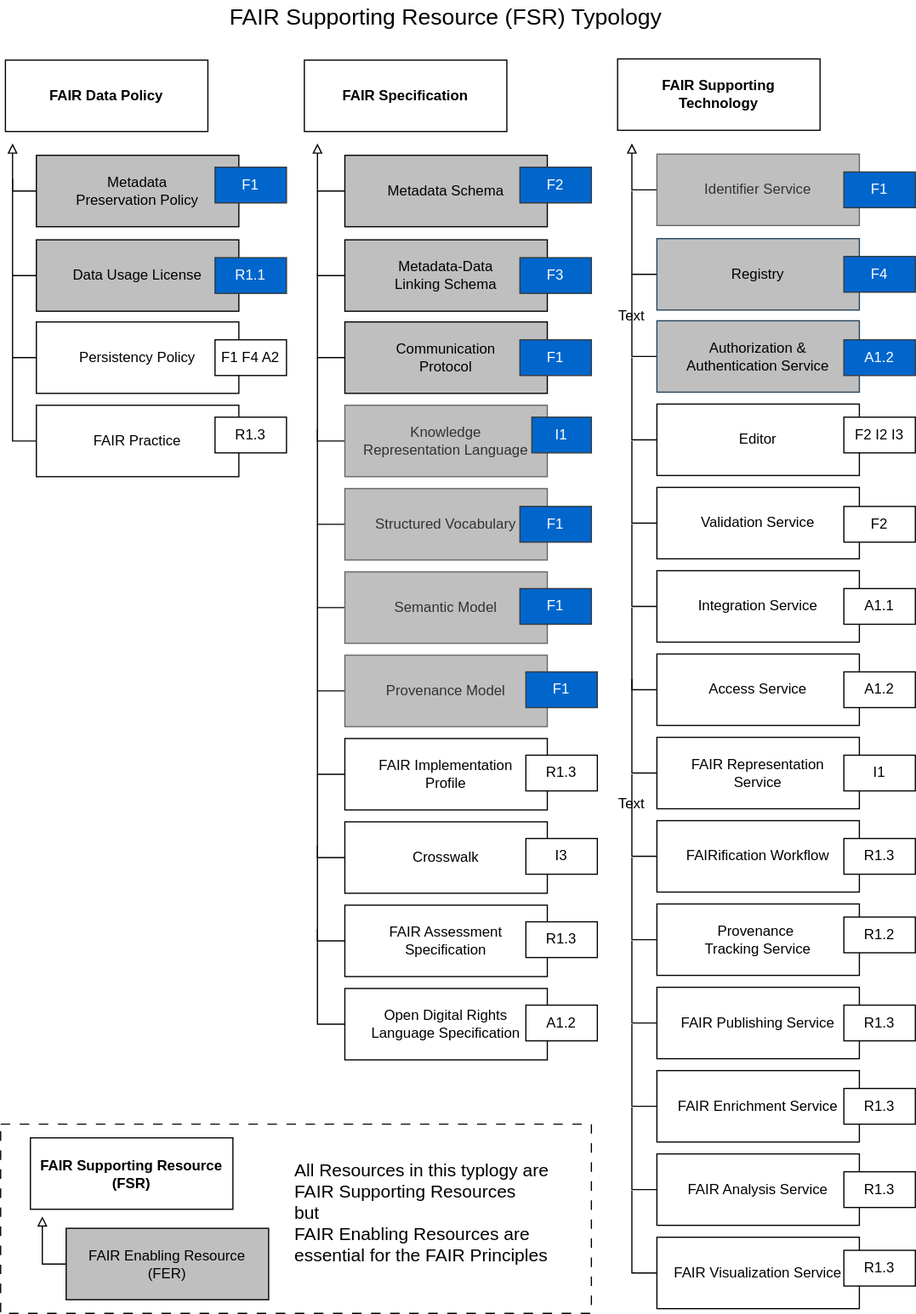
Earlier version of the draw.io export doc/fip/sections/fsr-typology-diagram.svg (peta-pico/FAIR-nanopubs). Source tidied: cells renumbered, new cells last; positions are measured from the earlier drawing's top-left corner, leaving out a move shared by most shapes.
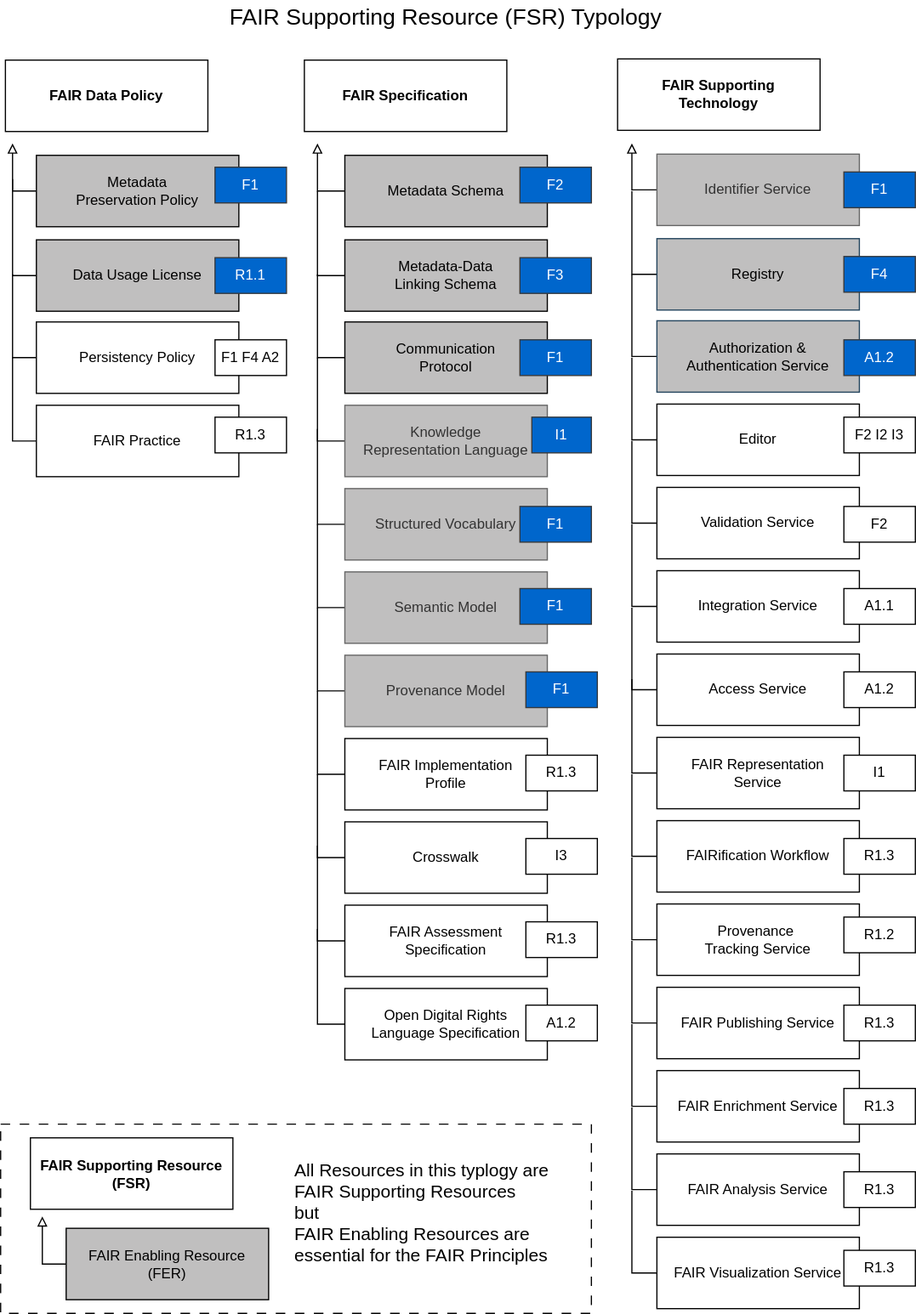
The same file after the commit.

The edit, as a diff of the source:
```diff
@@ -347,15 +347,9 @@
     <mxCell id="96" value="FAIR Enabling Resource&lt;br&gt;(FER)" style="rounded=0;whiteSpace=wrap;html=1;fillColor=light-dark(#c0bfbf, #ededed);" parent="1" vertex="1">
       <mxGeometry x="55" y="1031.5" width="170" height="60" as="geometry" />
     </mxCell>
-    <mxCell id="97" value="Text" style="text;html=1;whiteSpace=wrap;strokeColor=none;fillColor=none;align=center;verticalAlign=middle;rounded=0;" parent="1" vertex="1">
-      <mxGeometry x="500" y="660" width="60" height="30" as="geometry" />
-    </mxCell>
     <mxCell id="98" value="All Resources in this typlogy are FAIR Supporting Resources &lt;br&gt;but &lt;br&gt;FAIR Enabling Resources are essential for the FAIR Principles" style="text;html=1;whiteSpace=wrap;strokeColor=none;fillColor=none;align=left;verticalAlign=middle;rounded=0;fontSize=15;" parent="1" vertex="1">
       <mxGeometry x="245" y="988" width="224" height="60" as="geometry" />
     </mxCell>
-    <mxCell id="99" value="Text" style="text;html=1;whiteSpace=wrap;strokeColor=none;fillColor=none;align=center;verticalAlign=middle;rounded=0;" parent="1" vertex="1">
-      <mxGeometry x="500" y="250" width="60" height="30" as="geometry" />
-    </mxCell>
     <mxCell id="100" value="FAIR Supporting Resource (FSR) Typology" style="text;html=1;whiteSpace=wrap;align=center;verticalAlign=middle;rounded=0;fontSize=19;" parent="1" vertex="1">
       <mxGeometry x="184" width="380" height="30" as="geometry" />
     </mxCell>
```
